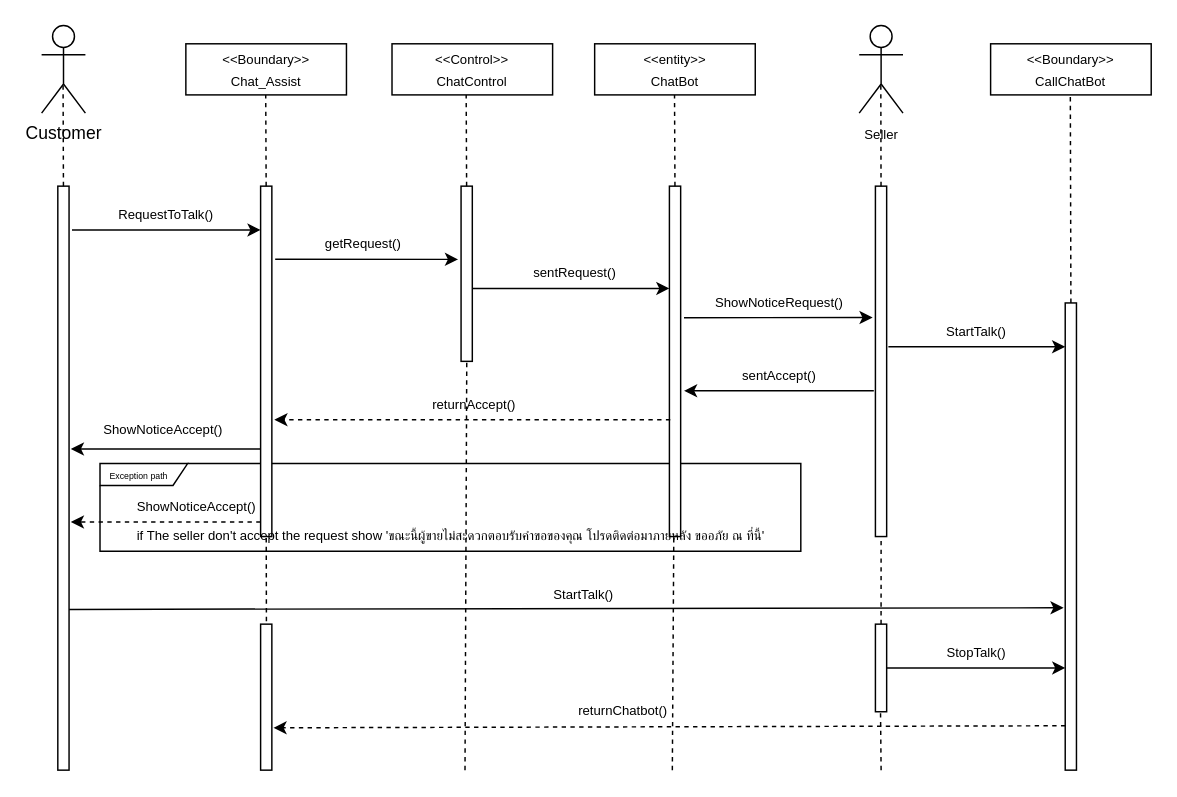
munkeawtoast/isad-diagrams keeps this draw.io diagram as page "Page-1" (1 of 2) of Talk with Seller.drawio. Above is the earlier version. Source tidied: cells renumbered, new cells numbered last; positions are measured from the earlier drawing's top-left corner, leaving out a move shared by most shapes. Both pictures are drawn from the tidied source at 146%, with x=0, y=0 at pixel (41, 25).
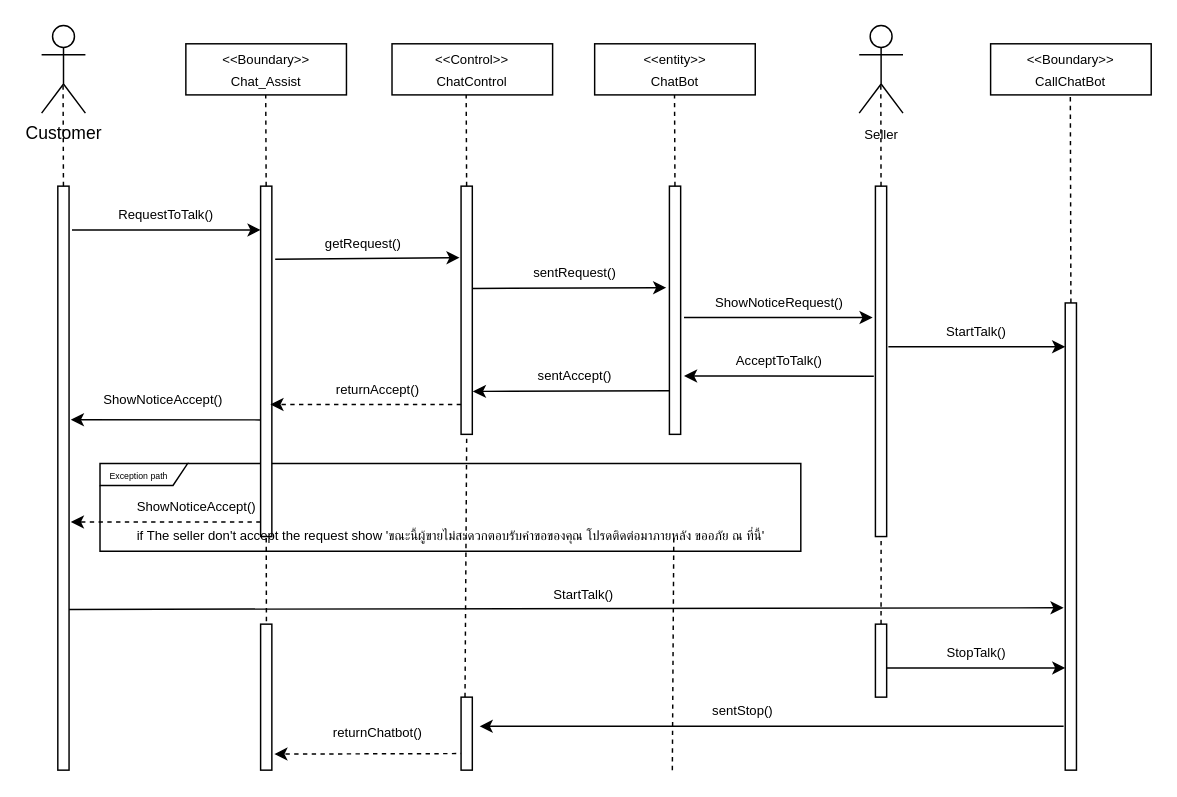
Above is the later version.

The change refers to these unchanged cells:
```xml
<mxCell id="28" style="rounded=0;whiteSpace=wrap;html=1;fontSize=9;" parent="1" vertex="1">
  <mxGeometry x="701.1" y="190" width="7.7" height="320" as="geometry" />
</mxCell>
```

What changed in the source:
```diff
@@
-    <mxCell id="13" style="endArrow=classic;html=1;fontSize=9;entryX=-0.265;entryY=0.418;entryDx=0;entryDy=0;entryPerimeter=0;" parent="1" edge="1" target="21">
+    <mxCell id="13" style="endArrow=classic;html=1;fontSize=9;entryX=-0.131;entryY=0.288;entryDx=0;entryDy=0;entryPerimeter=0;" parent="1" edge="1" target="21">
       <mxGeometry relative="1" as="geometry">
         <mxPoint x="160" y="160" as="sourcePoint" />
       </mxGeometry>
     </mxCell>
-    <mxCell id="14" style="endArrow=classic;html=1;fontSize=9;exitX=1.081;exitY=0.094;exitDx=0;exitDy=0;exitPerimeter=0;entryX=0;entryY=0.292;entryDx=0;entryDy=0;entryPerimeter=0;" parent="1" edge="1" target="22">
+    <mxCell id="14" style="endArrow=classic;html=1;fontSize=9;exitX=1.081;exitY=0.094;exitDx=0;exitDy=0;exitPerimeter=0;entryX=-0.281;entryY=0.409;entryDx=0;entryDy=0;entryPerimeter=0;" parent="1" edge="1" target="22">
       <mxGeometry relative="1" as="geometry">
         <mxPoint x="295" y="180.1" as="sourcePoint" />
       </mxGeometry>
     </mxCell>
-    <mxCell id="15" style="endArrow=classic;html=1;fontSize=9;exitX=1.081;exitY=0.094;exitDx=0;exitDy=0;exitPerimeter=0;" parent="1" edge="1">
+    <mxCell id="15" style="endArrow=classic;html=1;fontSize=9;" parent="1" edge="1">
       <mxGeometry relative="1" as="geometry">
-        <mxPoint x="440" y="200.1" as="sourcePoint" />
+        <mxPoint x="440" y="200" as="sourcePoint" />
         <mxPoint x="569.2" y="200" as="targetPoint" />
       </mxGeometry>
     </mxCell>
@@
-    <mxCell id="17" style="endArrow=classic;html=1;fontSize=9;exitX=1.081;exitY=0.094;exitDx=0;exitDy=0;exitPerimeter=0;entryX=1.3;entryY=0.584;entryDx=0;entryDy=0;entryPerimeter=0;" parent="1" edge="1" target="22">
+    <mxCell id="17" style="endArrow=classic;html=1;fontSize=9;exitX=1.081;exitY=0.094;exitDx=0;exitDy=0;exitPerimeter=0;" parent="1" edge="1">
       <mxGeometry relative="1" as="geometry">
-        <mxPoint x="570" y="250.2" as="sourcePoint" />
+        <mxPoint x="570" y="240.2" as="sourcePoint" />
+        <mxPoint x="440" y="240" as="targetPoint" />
       </mxGeometry>
     </mxCell>
-    <mxCell id="18" value="sentAccept()" style="text;html=1;align=center;verticalAlign=middle;strokeColor=none;fillColor=none;fontSize=9;" parent="1" vertex="1">
-      <mxGeometry x="470" y="230" width="70" height="20" as="geometry" />
+    <mxCell id="18" value="AcceptToTalk()" style="text;html=1;align=center;verticalAlign=middle;strokeColor=none;fillColor=none;fontSize=9;" parent="1" vertex="1">
+      <mxGeometry x="465" y="220" width="80" height="20" as="geometry" />
     </mxCell>
     <mxCell id="19" style="endArrow=classic;html=1;fontSize=9;entryX=1;entryY=0.531;entryDx=0;entryDy=0;entryPerimeter=0;" parent="1" edge="1">
       <mxGeometry relative="1" as="geometry">
-        <mxPoint x="150" y="290.1" as="sourcePoint" />
-        <mxPoint x="20" y="290" as="targetPoint" />
+        <mxPoint x="150" y="270.1" as="sourcePoint" />
+        <mxPoint x="20" y="270" as="targetPoint" />
       </mxGeometry>
     </mxCell>
     <mxCell id="20" value="&lt;p style=&quot;font-size: 6px;&quot;&gt;&lt;/p&gt;&lt;div style=&quot;&quot;&gt;&lt;span style=&quot;background-color: initial;&quot;&gt;&lt;font style=&quot;font-size: 9px;&quot;&gt;ShowNoticeAccept()&lt;/font&gt;&lt;/span&gt;&lt;/div&gt;&lt;br&gt;&lt;p style=&quot;font-size: 6px;&quot;&gt;&lt;/p&gt;" style="text;html=1;align=center;verticalAlign=middle;strokeColor=none;fillColor=none;fontSize=6;" parent="1" vertex="1">
-      <mxGeometry x="27.7" y="260" width="110" height="40" as="geometry" />
+      <mxGeometry x="27.7" y="240" width="110" height="40" as="geometry" />
     </mxCell>
     <mxCell id="21" style="rounded=0;whiteSpace=wrap;html=1;fontSize=9;" parent="1" vertex="1">
-      <mxGeometry x="287.3" y="110" width="7.7" height="120" as="geometry" />
+      <mxGeometry x="287.3" y="110" width="7.7" height="170" as="geometry" />
     </mxCell>
     <mxCell id="22" style="rounded=0;whiteSpace=wrap;html=1;fontSize=9;" parent="1" vertex="1">
-      <mxGeometry x="430" y="110" width="7.7" height="240" as="geometry" />
+      <mxGeometry x="430" y="110" width="7.7" height="170" as="geometry" />
     </mxCell>
@@
     <mxCell id="24" style="endArrow=classic;html=1;fontSize=9;entryX=1;entryY=0.531;entryDx=0;entryDy=0;entryPerimeter=0;dashed=1;" parent="1" edge="1">
       <mxGeometry relative="1" as="geometry">
-        <mxPoint x="430.6" y="270" as="sourcePoint" />
-        <mxPoint x="159.4" y="270" as="targetPoint" />
+        <mxPoint x="287.3" y="259.5" as="sourcePoint" />
+        <mxPoint x="156.7" y="259.5" as="targetPoint" />
       </mxGeometry>
     </mxCell>
     <mxCell id="25" value="returnAccept()" style="text;html=1;align=center;verticalAlign=middle;strokeColor=none;fillColor=none;fontSize=9;" parent="1" vertex="1">
-      <mxGeometry x="255.6" y="250" width="80" height="20" as="geometry" />
+      <mxGeometry x="190" y="240" width="80" height="20" as="geometry" />
     </mxCell>
@@
-    <mxCell id="40" style="endArrow=none;dashed=1;html=1;fontSize=9;" parent="1" edge="1">
+    <mxCell id="40" style="endArrow=none;dashed=1;html=1;fontSize=9;entryX=0.5;entryY=1;entryDx=0;entryDy=0;" parent="1" edge="1" target="21">
       <mxGeometry relative="1" as="geometry">
-        <mxPoint x="290" y="510" as="sourcePoint" />
-        <mxPoint x="291.2" y="230" as="targetPoint" />
+        <mxPoint x="290" y="460" as="sourcePoint" />
       </mxGeometry>
     </mxCell>
@@
-    <mxCell id="44" style="endArrow=classic;html=1;fontSize=9;entryX=1.3;entryY=0.584;entryDx=0;entryDy=0;entryPerimeter=0;exitX=0.012;exitY=0.905;exitDx=0;exitDy=0;dashed=1;exitPerimeter=0;" parent="1" edge="1" source="28">
+    <mxCell id="44" style="endArrow=classic;html=1;fontSize=9;entryX=1.3;entryY=0.584;entryDx=0;entryDy=0;entryPerimeter=0;dashed=1;exitX=0.35;exitY=0.773;exitDx=0;exitDy=0;exitPerimeter=0;" parent="1" edge="1" source="56">
       <mxGeometry relative="1" as="geometry">
-        <mxPoint x="158.8" y="481" as="targetPoint" />
+        <mxPoint x="159.4" y="499" as="targetPoint" />
       </mxGeometry>
     </mxCell>
     <mxCell id="45" value="returnChatbot()" style="text;html=1;align=center;verticalAlign=middle;strokeColor=none;fillColor=none;fontSize=9;" parent="1" vertex="1">
-      <mxGeometry x="357.7" y="460" width="80" height="20" as="geometry" />
+      <mxGeometry x="190" y="475" width="80" height="20" as="geometry" />
     </mxCell>
     <mxCell id="46" style="rounded=0;whiteSpace=wrap;html=1;fontSize=9;" parent="1" vertex="1">
-      <mxGeometry x="571.1" y="410" width="7.7" height="60" as="geometry" />
+      <mxGeometry x="571.1" y="410" width="7.7" height="50" as="geometry" />
     </mxCell>
@@
-    <mxCell id="51" style="endArrow=none;dashed=1;html=1;fontSize=9;" parent="1" edge="1">
-      <mxGeometry relative="1" as="geometry">
-        <mxPoint x="575" y="510" as="sourcePoint" />
-        <mxPoint x="574.6" y="470" as="targetPoint" />
-      </mxGeometry>
-    </mxCell>
+    <mxCell id="52" style="endArrow=classic;html=1;fontSize=9;" parent="1" edge="1">
+      <mxGeometry relative="1" as="geometry">
+        <mxPoint x="700" y="480" as="sourcePoint" />
+        <mxPoint x="300" y="480" as="targetPoint" />
+      </mxGeometry>
+    </mxCell>
+    <mxCell id="53" value="sentStop()" style="text;html=1;align=center;verticalAlign=middle;strokeColor=none;fillColor=none;fontSize=9;" parent="1" vertex="1">
+      <mxGeometry x="445" y="460" width="70" height="20" as="geometry" />
+    </mxCell>
+    <mxCell id="54" style="endArrow=classic;html=1;fontSize=9;exitX=1.081;exitY=0.094;exitDx=0;exitDy=0;exitPerimeter=0;entryX=1.044;entryY=0.827;entryDx=0;entryDy=0;entryPerimeter=0;" parent="1" edge="1" target="21">
+      <mxGeometry relative="1" as="geometry">
+        <mxPoint x="430" y="250.2" as="sourcePoint" />
+      </mxGeometry>
+    </mxCell>
+    <mxCell id="55" value="sentAccept()" style="text;html=1;align=center;verticalAlign=middle;strokeColor=none;fillColor=none;fontSize=9;" parent="1" vertex="1">
+      <mxGeometry x="330" y="230" width="70" height="20" as="geometry" />
+    </mxCell>
+    <mxCell id="56" style="rounded=0;whiteSpace=wrap;html=1;fontSize=9;" parent="1" vertex="1">
+      <mxGeometry x="287.3" y="460" width="7.7" height="50" as="geometry" />
+    </mxCell>
```
